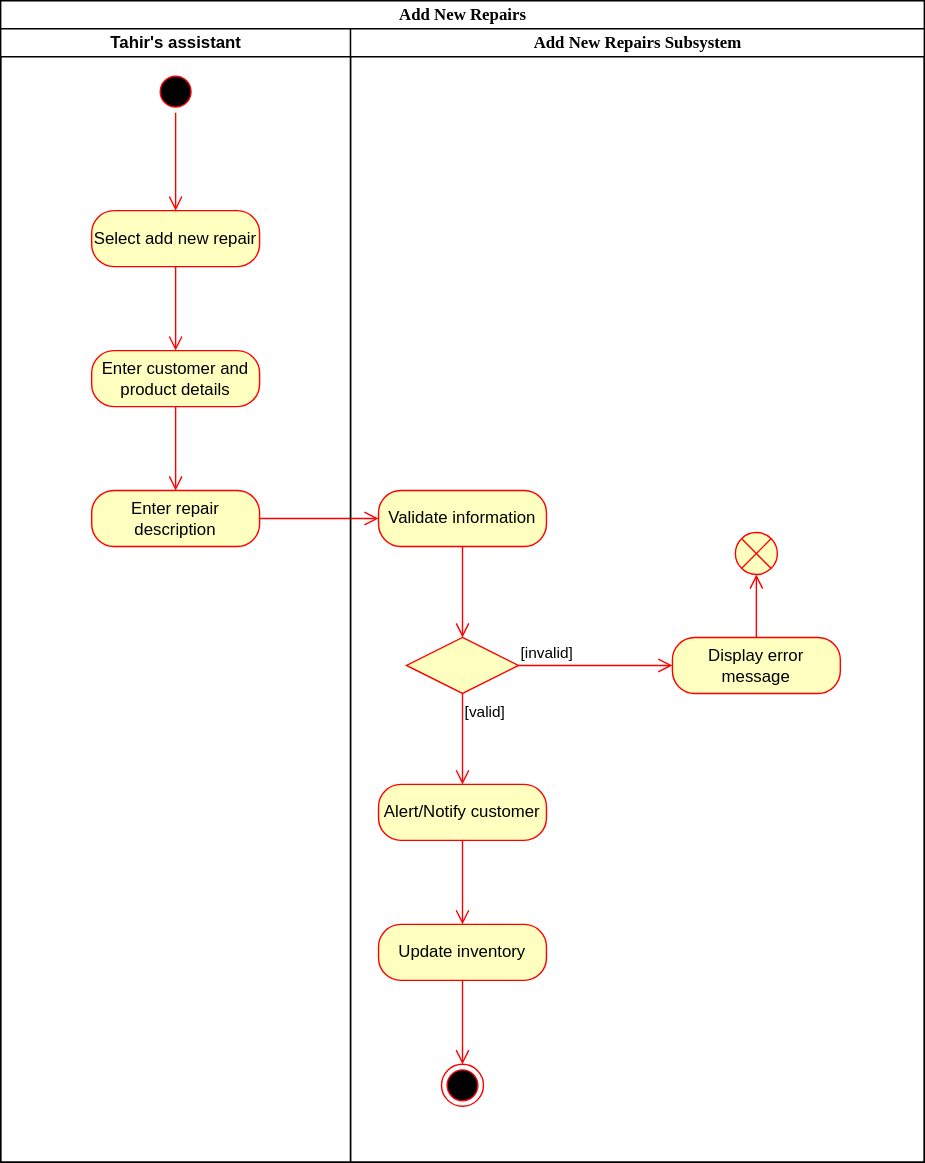
This is Add New Repairs Activity Diagram.svg from Simamkele88/IFM3_GP, a draw.io export, as it was before one commit. Source tidied: cells renumbered, new cells last; positions are measured from the earlier drawing's top-left corner, leaving out a move shared by most shapes. Its diagram source:
```xml
<mxGraphModel>
  <root>
    <mxCell id="0" />
    <mxCell id="1" parent="0" />
    <mxCell id="2" value="Add New Repairs" style="swimlane;html=1;startSize=20;rounded=0;shadow=0;comic=0;labelBackgroundColor=none;strokeWidth=1;fontFamily=Verdana;fontSize=12;align=center;" parent="1" vertex="1">
      <mxGeometry width="660" height="830" as="geometry" />
    </mxCell>
    <mxCell id="3" value="Tahir's assistant" style="swimlane;html=1;startSize=20;" parent="2" vertex="1">
      <mxGeometry y="20" width="250" height="810" as="geometry" />
    </mxCell>
    <mxCell id="4" style="ellipse;html=1;shape=startState;fillColor=#000000;strokeColor=#ff0000;" parent="3" vertex="1">
      <mxGeometry x="110" y="30" width="30" height="30" as="geometry" />
    </mxCell>
    <mxCell id="5" style="edgeStyle=orthogonalEdgeStyle;html=1;verticalAlign=bottom;endArrow=open;endSize=8;strokeColor=#ff0000;rounded=0;entryX=0.5;entryY=0;entryDx=0;entryDy=0;" parent="3" edge="1" source="4" target="6">
      <mxGeometry relative="1" as="geometry" />
    </mxCell>
    <mxCell id="6" value="Select add new repair" style="rounded=1;whiteSpace=wrap;html=1;arcSize=40;fontColor=#000000;fillColor=#ffffc0;strokeColor=#ff0000;" parent="3" vertex="1">
      <mxGeometry x="65" y="130" width="120" height="40" as="geometry" />
    </mxCell>
    <mxCell id="7" style="edgeStyle=orthogonalEdgeStyle;html=1;verticalAlign=bottom;endArrow=open;endSize=8;strokeColor=#ff0000;rounded=0;entryX=0.5;entryY=0;entryDx=0;entryDy=0;" parent="3" edge="1" source="6" target="8">
      <mxGeometry relative="1" as="geometry" />
    </mxCell>
    <mxCell id="8" value="Enter customer and product details" style="rounded=1;whiteSpace=wrap;html=1;arcSize=40;fontColor=#000000;fillColor=#ffffc0;strokeColor=#ff0000;" parent="3" vertex="1">
      <mxGeometry x="65" y="230" width="120" height="40" as="geometry" />
    </mxCell>
    <mxCell id="9" style="edgeStyle=orthogonalEdgeStyle;html=1;verticalAlign=bottom;endArrow=open;endSize=8;strokeColor=#ff0000;rounded=0;entryX=0.5;entryY=0;entryDx=0;entryDy=0;" parent="3" edge="1" source="8" target="10">
      <mxGeometry relative="1" as="geometry" />
    </mxCell>
    <mxCell id="10" value="Enter repair description" style="rounded=1;whiteSpace=wrap;html=1;arcSize=40;fontColor=#000000;fillColor=#ffffc0;strokeColor=#ff0000;" parent="3" vertex="1">
      <mxGeometry x="65" y="330" width="120" height="40" as="geometry" />
    </mxCell>
    <mxCell id="11" style="edgeStyle=orthogonalEdgeStyle;html=1;verticalAlign=bottom;endArrow=open;endSize=8;strokeColor=#ff0000;rounded=0;exitX=1;exitY=0.5;exitDx=0;exitDy=0;entryX=0;entryY=0.5;entryDx=0;entryDy=0;" parent="2" edge="1" source="10" target="13">
      <mxGeometry relative="1" as="geometry" />
    </mxCell>
    <mxCell id="12" value="&lt;span style=&quot;font-family: Verdana;&quot;&gt;Add New&amp;nbsp;&lt;/span&gt;&lt;span style=&quot;font-family: Verdana;&quot;&gt;Repairs&lt;/span&gt;&lt;span style=&quot;font-family: Verdana;&quot;&gt;&amp;nbsp;Subsystem&lt;/span&gt;" style="swimlane;html=1;startSize=20;" parent="2" vertex="1">
      <mxGeometry x="250" y="20" width="410" height="810" as="geometry" />
    </mxCell>
    <mxCell id="13" value="Validate information" style="rounded=1;whiteSpace=wrap;html=1;arcSize=40;fontColor=#000000;fillColor=#ffffc0;strokeColor=#ff0000;" parent="12" vertex="1">
      <mxGeometry x="20" y="330" width="120" height="40" as="geometry" />
    </mxCell>
    <mxCell id="14" style="edgeStyle=orthogonalEdgeStyle;html=1;verticalAlign=bottom;endArrow=open;endSize=8;strokeColor=#ff0000;rounded=0;entryX=0.5;entryY=0;entryDx=0;entryDy=0;" parent="12" edge="1" source="13" target="15">
      <mxGeometry relative="1" as="geometry" />
    </mxCell>
    <mxCell id="15" style="rhombus;whiteSpace=wrap;html=1;fontColor=#000000;fillColor=#FFFFC0;strokeColor=#ff0000;" parent="12" vertex="1">
      <mxGeometry x="40" y="435" width="80" height="40" as="geometry" />
    </mxCell>
    <mxCell id="16" value="[invalid]" style="edgeStyle=orthogonalEdgeStyle;html=1;align=left;verticalAlign=bottom;endArrow=open;endSize=8;strokeColor=#ff0000;rounded=0;exitX=1;exitY=0.5;exitDx=0;exitDy=0;" parent="12" edge="1" source="15">
      <mxGeometry x="-1" relative="1" as="geometry">
        <mxPoint x="230" y="455" as="targetPoint" />
      </mxGeometry>
    </mxCell>
    <mxCell id="17" value="[valid]" style="edgeStyle=orthogonalEdgeStyle;html=1;align=left;verticalAlign=top;endArrow=open;endSize=8;strokeColor=#ff0000;rounded=0;entryX=0.5;entryY=0;entryDx=0;entryDy=0;" parent="12" edge="1" source="15" target="18">
      <mxGeometry x="-1" relative="1" as="geometry" />
    </mxCell>
    <mxCell id="18" value="Alert/Notify customer" style="rounded=1;whiteSpace=wrap;html=1;arcSize=40;fontColor=#000000;fillColor=#ffffc0;strokeColor=#ff0000;" parent="12" vertex="1">
      <mxGeometry x="20" y="540" width="120" height="40" as="geometry" />
    </mxCell>
    <mxCell id="19" style="edgeStyle=orthogonalEdgeStyle;html=1;verticalAlign=bottom;endArrow=open;endSize=8;strokeColor=#ff0000;rounded=0;entryX=0.5;entryY=0;entryDx=0;entryDy=0;" parent="12" edge="1" source="18" target="20">
      <mxGeometry relative="1" as="geometry" />
    </mxCell>
    <mxCell id="20" value="Update inventory" style="rounded=1;whiteSpace=wrap;html=1;arcSize=40;fontColor=#000000;fillColor=#ffffc0;strokeColor=#ff0000;" parent="12" vertex="1">
      <mxGeometry x="20" y="640" width="120" height="40" as="geometry" />
    </mxCell>
    <mxCell id="21" style="edgeStyle=orthogonalEdgeStyle;html=1;verticalAlign=bottom;endArrow=open;endSize=8;strokeColor=#ff0000;rounded=0;entryX=0.5;entryY=0;entryDx=0;entryDy=0;entryPerimeter=0;" parent="12" edge="1" source="20" target="22">
      <mxGeometry relative="1" as="geometry" />
    </mxCell>
    <mxCell id="22" style="ellipse;html=1;shape=endState;fillColor=#000000;strokeColor=#ff0000;" parent="12" vertex="1">
      <mxGeometry x="65" y="740" width="30" height="30" as="geometry" />
    </mxCell>
    <mxCell id="23" style="shape=sumEllipse;perimeter=ellipsePerimeter;html=1;backgroundOutline=1;fillColor=#FFFFC0;strokeColor=#FF0000;" parent="12" vertex="1">
      <mxGeometry x="275" y="360" width="30" height="30" as="geometry" />
    </mxCell>
    <mxCell id="24" value="Display error message" style="rounded=1;whiteSpace=wrap;html=1;arcSize=40;fontColor=#000000;fillColor=#ffffc0;strokeColor=#ff0000;" parent="12" vertex="1">
      <mxGeometry x="230" y="435" width="120" height="40" as="geometry" />
    </mxCell>
    <mxCell id="25" style="edgeStyle=orthogonalEdgeStyle;html=1;verticalAlign=bottom;endArrow=open;endSize=8;strokeColor=#ff0000;rounded=0;exitX=0.5;exitY=0;exitDx=0;exitDy=0;" parent="12" edge="1" source="24">
      <mxGeometry relative="1" as="geometry">
        <mxPoint x="290" y="390" as="targetPoint" />
      </mxGeometry>
    </mxCell>
  </root>
</mxGraphModel>
```
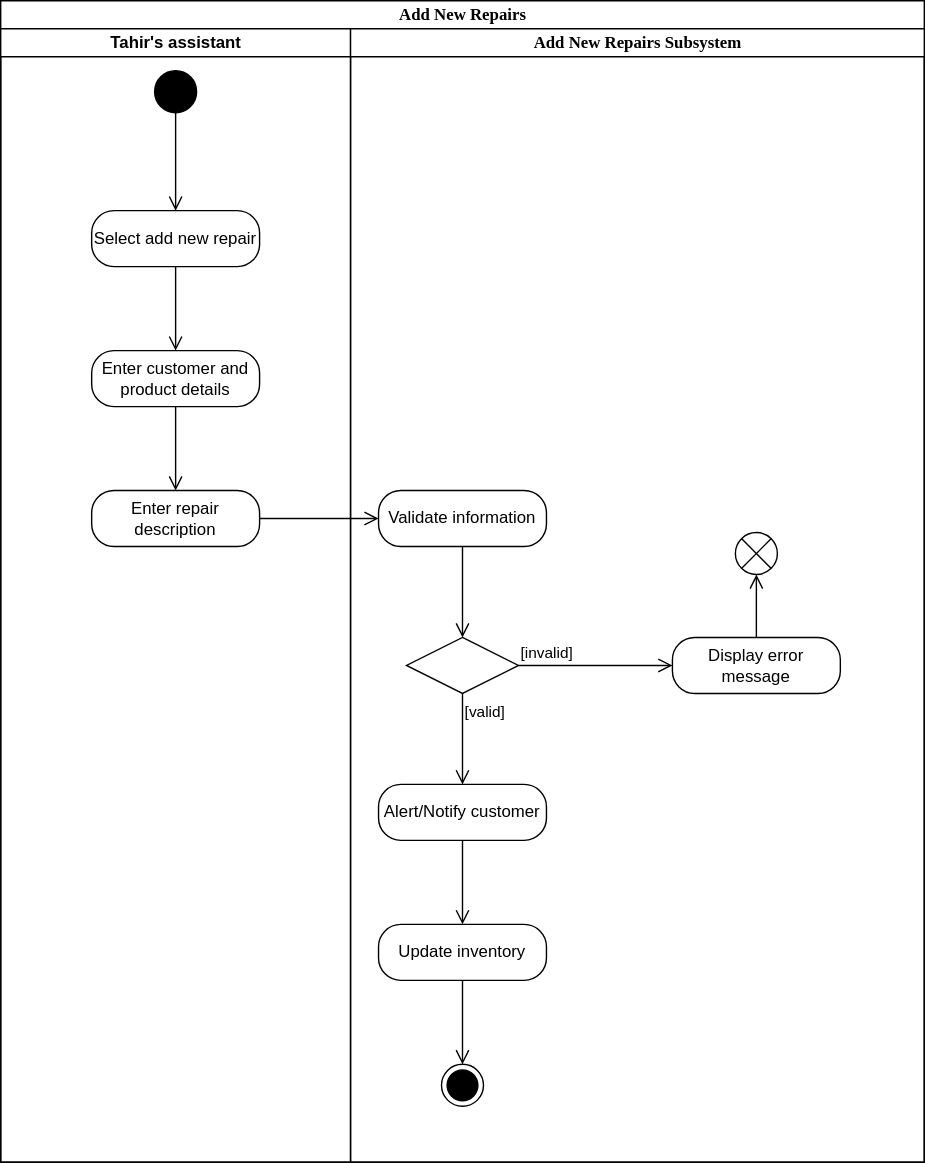
After the change.

What changed in the source:
```diff
@@ -5,78 +5,80 @@
     <mxCell id="2" value="Add New Repairs" style="swimlane;html=1;startSize=20;rounded=0;shadow=0;comic=0;labelBackgroundColor=none;strokeWidth=1;fontFamily=Verdana;fontSize=12;align=center;" parent="1" vertex="1">
       <mxGeometry width="660" height="830" as="geometry" />
     </mxCell>
-    <mxCell id="3" value="Tahir's assistant" style="swimlane;html=1;startSize=20;" parent="2" vertex="1">
+    <mxCell id="3" value="Tahir's assistant" style="swimlane;html=1;startSize=20;labelBackgroundColor=none;" parent="2" vertex="1">
       <mxGeometry y="20" width="250" height="810" as="geometry" />
     </mxCell>
-    <mxCell id="4" style="ellipse;html=1;shape=startState;fillColor=#000000;strokeColor=#ff0000;" parent="3" vertex="1">
-      <mxGeometry x="110" y="30" width="30" height="30" as="geometry" />
-    </mxCell>
-    <mxCell id="5" style="edgeStyle=orthogonalEdgeStyle;html=1;verticalAlign=bottom;endArrow=open;endSize=8;strokeColor=#ff0000;rounded=0;entryX=0.5;entryY=0;entryDx=0;entryDy=0;" parent="3" edge="1" source="4" target="6">
+    <mxCell id="5" style="edgeStyle=orthogonalEdgeStyle;html=1;verticalAlign=bottom;endArrow=open;endSize=8;rounded=0;entryX=0.5;entryY=0;entryDx=0;entryDy=0;labelBackgroundColor=none;fontColor=default;" parent="3" edge="1" source="26" target="6">
       <mxGeometry relative="1" as="geometry" />
     </mxCell>
-    <mxCell id="6" value="Select add new repair" style="rounded=1;whiteSpace=wrap;html=1;arcSize=40;fontColor=#000000;fillColor=#ffffc0;strokeColor=#ff0000;" parent="3" vertex="1">
+    <mxCell id="6" value="Select add new repair" style="rounded=1;whiteSpace=wrap;html=1;arcSize=40;labelBackgroundColor=none;" parent="3" vertex="1">
       <mxGeometry x="65" y="130" width="120" height="40" as="geometry" />
     </mxCell>
-    <mxCell id="7" style="edgeStyle=orthogonalEdgeStyle;html=1;verticalAlign=bottom;endArrow=open;endSize=8;strokeColor=#ff0000;rounded=0;entryX=0.5;entryY=0;entryDx=0;entryDy=0;" parent="3" edge="1" source="6" target="8">
+    <mxCell id="7" style="edgeStyle=orthogonalEdgeStyle;html=1;verticalAlign=bottom;endArrow=open;endSize=8;rounded=0;entryX=0.5;entryY=0;entryDx=0;entryDy=0;labelBackgroundColor=none;fontColor=default;" parent="3" edge="1" source="6" target="8">
       <mxGeometry relative="1" as="geometry" />
     </mxCell>
-    <mxCell id="8" value="Enter customer and product details" style="rounded=1;whiteSpace=wrap;html=1;arcSize=40;fontColor=#000000;fillColor=#ffffc0;strokeColor=#ff0000;" parent="3" vertex="1">
+    <mxCell id="8" value="Enter customer and product details" style="rounded=1;whiteSpace=wrap;html=1;arcSize=40;labelBackgroundColor=none;" parent="3" vertex="1">
       <mxGeometry x="65" y="230" width="120" height="40" as="geometry" />
     </mxCell>
-    <mxCell id="9" style="edgeStyle=orthogonalEdgeStyle;html=1;verticalAlign=bottom;endArrow=open;endSize=8;strokeColor=#ff0000;rounded=0;entryX=0.5;entryY=0;entryDx=0;entryDy=0;" parent="3" edge="1" source="8" target="10">
+    <mxCell id="9" style="edgeStyle=orthogonalEdgeStyle;html=1;verticalAlign=bottom;endArrow=open;endSize=8;rounded=0;entryX=0.5;entryY=0;entryDx=0;entryDy=0;labelBackgroundColor=none;fontColor=default;" parent="3" edge="1" source="8" target="10">
       <mxGeometry relative="1" as="geometry" />
     </mxCell>
-    <mxCell id="10" value="Enter repair description" style="rounded=1;whiteSpace=wrap;html=1;arcSize=40;fontColor=#000000;fillColor=#ffffc0;strokeColor=#ff0000;" parent="3" vertex="1">
+    <mxCell id="10" value="Enter repair description" style="rounded=1;whiteSpace=wrap;html=1;arcSize=40;labelBackgroundColor=none;" parent="3" vertex="1">
       <mxGeometry x="65" y="330" width="120" height="40" as="geometry" />
     </mxCell>
+    <mxCell id="26" style="ellipse;fillColor=strokeColor;html=1;" parent="3" vertex="1">
+      <mxGeometry x="110" y="30" width="30" height="30" as="geometry" />
+    </mxCell>
-    <mxCell id="11" style="edgeStyle=orthogonalEdgeStyle;html=1;verticalAlign=bottom;endArrow=open;endSize=8;strokeColor=#ff0000;rounded=0;exitX=1;exitY=0.5;exitDx=0;exitDy=0;entryX=0;entryY=0.5;entryDx=0;entryDy=0;" parent="2" edge="1" source="10" target="13">
+    <mxCell id="11" style="edgeStyle=orthogonalEdgeStyle;html=1;verticalAlign=bottom;endArrow=open;endSize=8;rounded=0;exitX=1;exitY=0.5;exitDx=0;exitDy=0;entryX=0;entryY=0.5;entryDx=0;entryDy=0;labelBackgroundColor=none;fontColor=default;" parent="2" edge="1" source="10" target="13">
       <mxGeometry relative="1" as="geometry" />
     </mxCell>
-    <mxCell id="12" value="&lt;span style=&quot;font-family: Verdana;&quot;&gt;Add New&amp;nbsp;&lt;/span&gt;&lt;span style=&quot;font-family: Verdana;&quot;&gt;Repairs&lt;/span&gt;&lt;span style=&quot;font-family: Verdana;&quot;&gt;&amp;nbsp;Subsystem&lt;/span&gt;" style="swimlane;html=1;startSize=20;" parent="2" vertex="1">
+    <mxCell id="12" value="&lt;span style=&quot;font-family: Verdana;&quot;&gt;Add New&amp;nbsp;&lt;/span&gt;&lt;span style=&quot;font-family: Verdana;&quot;&gt;Repairs&lt;/span&gt;&lt;span style=&quot;font-family: Verdana;&quot;&gt;&amp;nbsp;Subsystem&lt;/span&gt;" style="swimlane;html=1;startSize=20;labelBackgroundColor=none;" parent="2" vertex="1">
       <mxGeometry x="250" y="20" width="410" height="810" as="geometry" />
     </mxCell>
-    <mxCell id="13" value="Validate information" style="rounded=1;whiteSpace=wrap;html=1;arcSize=40;fontColor=#000000;fillColor=#ffffc0;strokeColor=#ff0000;" parent="12" vertex="1">
+    <mxCell id="13" value="Validate information" style="rounded=1;whiteSpace=wrap;html=1;arcSize=40;labelBackgroundColor=none;" parent="12" vertex="1">
       <mxGeometry x="20" y="330" width="120" height="40" as="geometry" />
     </mxCell>
-    <mxCell id="14" style="edgeStyle=orthogonalEdgeStyle;html=1;verticalAlign=bottom;endArrow=open;endSize=8;strokeColor=#ff0000;rounded=0;entryX=0.5;entryY=0;entryDx=0;entryDy=0;" parent="12" edge="1" source="13" target="15">
+    <mxCell id="14" style="edgeStyle=orthogonalEdgeStyle;html=1;verticalAlign=bottom;endArrow=open;endSize=8;rounded=0;entryX=0.5;entryY=0;entryDx=0;entryDy=0;labelBackgroundColor=none;fontColor=default;" parent="12" edge="1" source="13" target="15">
       <mxGeometry relative="1" as="geometry" />
     </mxCell>
-    <mxCell id="15" style="rhombus;whiteSpace=wrap;html=1;fontColor=#000000;fillColor=#FFFFC0;strokeColor=#ff0000;" parent="12" vertex="1">
+    <mxCell id="15" style="rhombus;whiteSpace=wrap;html=1;labelBackgroundColor=none;" parent="12" vertex="1">
       <mxGeometry x="40" y="435" width="80" height="40" as="geometry" />
     </mxCell>
-    <mxCell id="16" value="[invalid]" style="edgeStyle=orthogonalEdgeStyle;html=1;align=left;verticalAlign=bottom;endArrow=open;endSize=8;strokeColor=#ff0000;rounded=0;exitX=1;exitY=0.5;exitDx=0;exitDy=0;" parent="12" edge="1" source="15">
+    <mxCell id="16" value="[invalid]" style="edgeStyle=orthogonalEdgeStyle;html=1;align=left;verticalAlign=bottom;endArrow=open;endSize=8;rounded=0;exitX=1;exitY=0.5;exitDx=0;exitDy=0;labelBackgroundColor=none;fontColor=default;" parent="12" edge="1" source="15">
       <mxGeometry x="-1" relative="1" as="geometry">
         <mxPoint x="230" y="455" as="targetPoint" />
       </mxGeometry>
     </mxCell>
-    <mxCell id="17" value="[valid]" style="edgeStyle=orthogonalEdgeStyle;html=1;align=left;verticalAlign=top;endArrow=open;endSize=8;strokeColor=#ff0000;rounded=0;entryX=0.5;entryY=0;entryDx=0;entryDy=0;" parent="12" edge="1" source="15" target="18">
+    <mxCell id="17" value="[valid]" style="edgeStyle=orthogonalEdgeStyle;html=1;align=left;verticalAlign=top;endArrow=open;endSize=8;rounded=0;entryX=0.5;entryY=0;entryDx=0;entryDy=0;labelBackgroundColor=none;fontColor=default;" parent="12" edge="1" source="15" target="18">
       <mxGeometry x="-1" relative="1" as="geometry" />
     </mxCell>
-    <mxCell id="18" value="Alert/Notify customer" style="rounded=1;whiteSpace=wrap;html=1;arcSize=40;fontColor=#000000;fillColor=#ffffc0;strokeColor=#ff0000;" parent="12" vertex="1">
+    <mxCell id="18" value="Alert/Notify customer" style="rounded=1;whiteSpace=wrap;html=1;arcSize=40;labelBackgroundColor=none;" parent="12" vertex="1">
       <mxGeometry x="20" y="540" width="120" height="40" as="geometry" />
     </mxCell>
-    <mxCell id="19" style="edgeStyle=orthogonalEdgeStyle;html=1;verticalAlign=bottom;endArrow=open;endSize=8;strokeColor=#ff0000;rounded=0;entryX=0.5;entryY=0;entryDx=0;entryDy=0;" parent="12" edge="1" source="18" target="20">
+    <mxCell id="19" style="edgeStyle=orthogonalEdgeStyle;html=1;verticalAlign=bottom;endArrow=open;endSize=8;rounded=0;entryX=0.5;entryY=0;entryDx=0;entryDy=0;labelBackgroundColor=none;fontColor=default;" parent="12" edge="1" source="18" target="20">
       <mxGeometry relative="1" as="geometry" />
     </mxCell>
-    <mxCell id="20" value="Update inventory" style="rounded=1;whiteSpace=wrap;html=1;arcSize=40;fontColor=#000000;fillColor=#ffffc0;strokeColor=#ff0000;" parent="12" vertex="1">
+    <mxCell id="20" value="Update inventory" style="rounded=1;whiteSpace=wrap;html=1;arcSize=40;labelBackgroundColor=none;" parent="12" vertex="1">
       <mxGeometry x="20" y="640" width="120" height="40" as="geometry" />
     </mxCell>
-    <mxCell id="21" style="edgeStyle=orthogonalEdgeStyle;html=1;verticalAlign=bottom;endArrow=open;endSize=8;strokeColor=#ff0000;rounded=0;entryX=0.5;entryY=0;entryDx=0;entryDy=0;entryPerimeter=0;" parent="12" edge="1" source="20" target="22">
-      <mxGeometry relative="1" as="geometry" />
+    <mxCell id="21" style="edgeStyle=orthogonalEdgeStyle;html=1;verticalAlign=bottom;endArrow=open;endSize=8;rounded=0;entryX=0.5;entryY=0;entryDx=0;entryDy=0;entryPerimeter=0;labelBackgroundColor=none;fontColor=default;" parent="12" edge="1" source="20">
+      <mxGeometry relative="1" as="geometry">
+        <mxPoint x="80" y="740" as="targetPoint" />
+      </mxGeometry>
     </mxCell>
-    <mxCell id="22" style="ellipse;html=1;shape=endState;fillColor=#000000;strokeColor=#ff0000;" parent="12" vertex="1">
-      <mxGeometry x="65" y="740" width="30" height="30" as="geometry" />
-    </mxCell>
-    <mxCell id="23" style="shape=sumEllipse;perimeter=ellipsePerimeter;html=1;backgroundOutline=1;fillColor=#FFFFC0;strokeColor=#FF0000;" parent="12" vertex="1">
+    <mxCell id="23" style="shape=sumEllipse;perimeter=ellipsePerimeter;html=1;backgroundOutline=1;labelBackgroundColor=none;" parent="12" vertex="1">
       <mxGeometry x="275" y="360" width="30" height="30" as="geometry" />
     </mxCell>
-    <mxCell id="24" value="Display error message" style="rounded=1;whiteSpace=wrap;html=1;arcSize=40;fontColor=#000000;fillColor=#ffffc0;strokeColor=#ff0000;" parent="12" vertex="1">
+    <mxCell id="24" value="Display error message" style="rounded=1;whiteSpace=wrap;html=1;arcSize=40;labelBackgroundColor=none;" parent="12" vertex="1">
       <mxGeometry x="230" y="435" width="120" height="40" as="geometry" />
     </mxCell>
-    <mxCell id="25" style="edgeStyle=orthogonalEdgeStyle;html=1;verticalAlign=bottom;endArrow=open;endSize=8;strokeColor=#ff0000;rounded=0;exitX=0.5;exitY=0;exitDx=0;exitDy=0;" parent="12" edge="1" source="24">
+    <mxCell id="25" style="edgeStyle=orthogonalEdgeStyle;html=1;verticalAlign=bottom;endArrow=open;endSize=8;rounded=0;exitX=0.5;exitY=0;exitDx=0;exitDy=0;labelBackgroundColor=none;fontColor=default;" parent="12" edge="1" source="24">
       <mxGeometry relative="1" as="geometry">
         <mxPoint x="290" y="390" as="targetPoint" />
       </mxGeometry>
     </mxCell>
+    <mxCell id="27" style="ellipse;html=1;shape=endState;fillColor=strokeColor;" parent="12" vertex="1">
+      <mxGeometry x="65" y="740" width="30" height="30" as="geometry" />
+    </mxCell>
   </root>
 </mxGraphModel>
```
